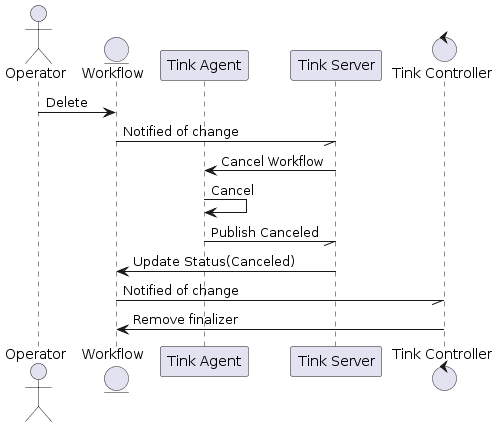
This is design/images/230728_tinkerbell_workflow_execution/cancelling-workflow.png from chrisdoherty4/tinkerbell-roadmap, a PlantUML export, as it was before one commit. Its diagram source:
```plantuml
@startuml cancelling-workflow


actor "Operator" as operator
entity Workflow as workflow
participant "Tink Agent" as agent
participant "Tink Server" as server
control "Tink Controller" as controller

operator -> workflow : Delete
workflow -// server : Notified of change
server -> agent : Cancel Workflow
agent -> agent : Cancel
agent -// server : Publish Canceled
server -> workflow : Update Status(Canceled)
workflow -// controller : Notified of change
controller -> workflow : Remove finalizer

@enduml
```
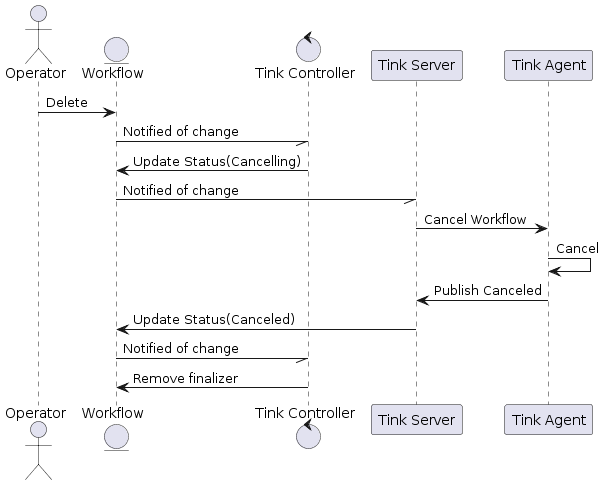
Later version of the same file.

Change to the diagram source:
```diff
@@ -3,15 +3,17 @@
 
 actor "Operator" as operator
 entity Workflow as workflow
+control "Tink Controller" as controller
+participant "Tink Server" as server
 participant "Tink Agent" as agent
-participant "Tink Server" as server
-control "Tink Controller" as controller
 
 operator -> workflow : Delete
+workflow -// controller : Notified of change
+controller -> workflow : Update Status(Cancelling)
 workflow -// server : Notified of change
 server -> agent : Cancel Workflow
 agent -> agent : Cancel
-agent -// server : Publish Canceled
+agent -> server : Publish Canceled
 server -> workflow : Update Status(Canceled)
 workflow -// controller : Notified of change
 controller -> workflow : Remove finalizer
```
